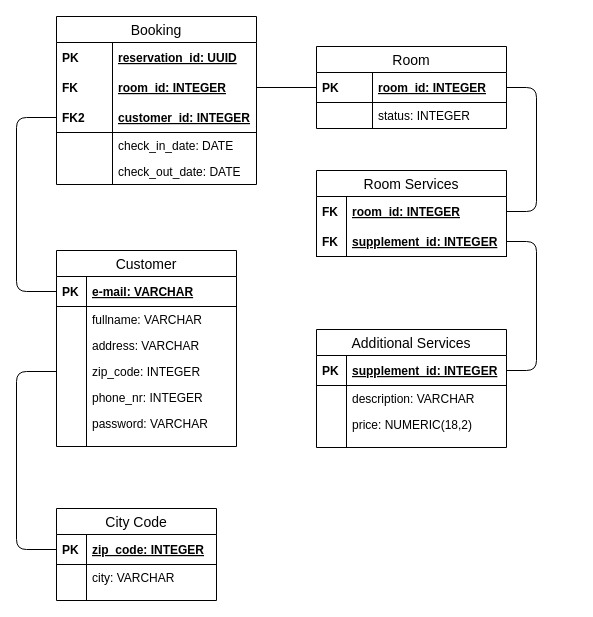
NansyT/CountryLiving keeps this draw.io diagram as Dokumentation/RDS.drawio. Above is the earlier version. Source tidied: cells renumbered, new cells numbered last; positions are measured from the earlier drawing's top-left corner, leaving out a move shared by most shapes. Both pictures are drawn from the tidied source at 100%, with x=0, y=0 at pixel (16, 16).
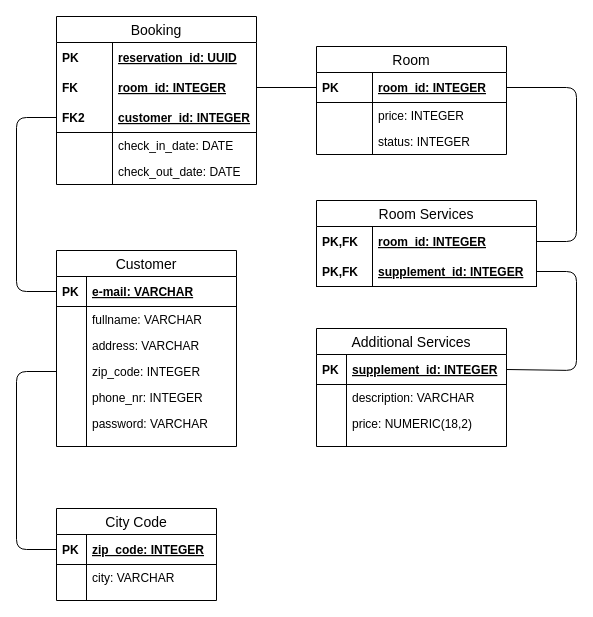
The same page after the edit.

The change refers to these unchanged cells:
```xml
<mxCell id="3" value="room_id: INTEGER" style="shape=partialRectangle;top=0;left=0;right=0;bottom=1;align=left;verticalAlign=middle;fillColor=none;spacingLeft=60;spacingRight=4;overflow=hidden;points=[[0,0.5],[1,0.5]];portConstraint=eastwest;fontStyle=5;fontSize=12;" parent="2" vertex="1">
  <mxGeometry y="26" width="190" height="30" as="geometry" />
</mxCell>
<mxCell id="51" value="supplement_id: INTEGER" style="shape=partialRectangle;top=0;left=0;right=0;bottom=1;align=left;verticalAlign=middle;fillColor=none;spacingLeft=34;spacingRight=4;overflow=hidden;points=[[0,0.5],[1,0.5]];portConstraint=eastwest;fontStyle=5;fontSize=12;" parent="50" vertex="1">
  <mxGeometry y="26" width="190" height="30" as="geometry" />
</mxCell>
```

What changed in the source:
```diff
@@
     <mxCell id="2" value="Room" style="swimlane;fontStyle=0;horizontal=1;startSize=26;align=center;fontSize=14;" parent="1" vertex="1">
-      <mxGeometry x="300" y="30" width="190" height="82" as="geometry" />
+      <mxGeometry x="300" y="30" width="190" height="108" as="geometry" />
     </mxCell>
@@
-    <mxCell id="5" value="status: INTEGER" style="shape=partialRectangle;top=0;left=0;right=0;bottom=0;align=left;verticalAlign=top;fillColor=none;spacingLeft=60;spacingRight=4;overflow=hidden;fontSize=12;" parent="2" vertex="1">
+    <mxCell id="5" value="price: INTEGER" style="shape=partialRectangle;top=0;left=0;right=0;bottom=0;align=left;verticalAlign=top;fillColor=none;spacingLeft=60;spacingRight=4;overflow=hidden;fontSize=12;" parent="2" vertex="1">
       <mxGeometry y="56" width="190" height="26" as="geometry" />
     </mxCell>
@@
+    <mxCell id="59" value="status: INTEGER" style="shape=partialRectangle;top=0;left=0;right=0;bottom=0;align=left;verticalAlign=top;fillColor=none;spacingLeft=60;spacingRight=4;overflow=hidden;fontSize=12;" parent="2" vertex="1">
+      <mxGeometry y="82" width="190" height="26" as="geometry" />
+    </mxCell>
+    <mxCell id="60" style="shape=partialRectangle;top=0;left=0;bottom=0;fillColor=none;align=left;verticalAlign=top;spacingLeft=4;spacingRight=4;overflow=hidden;fontSize=12;" parent="59" vertex="1">
+      <mxGeometry width="56" height="26" as="geometry" />
+    </mxCell>
@@
-    <mxCell id="9" style="endArrow=none;html=1;exitX=1;exitY=0.5;exitDx=0;exitDy=0;entryX=1;entryY=0.5;entryDx=0;entryDy=0;" parent="1" edge="1" source="46" target="3">
-      <mxGeometry relative="1" as="geometry">
-        <Array as="points">
-          <mxPoint x="520" y="195" />
-          <mxPoint x="520" y="71" />
-        </Array>
-      </mxGeometry>
-    </mxCell>
-    <mxCell id="10" style="endArrow=none;html=1;exitX=1;exitY=0.5;exitDx=0;exitDy=0;entryX=1;entryY=0.5;entryDx=0;entryDy=0;" parent="1" edge="1" source="51" target="48">
-      <mxGeometry relative="1" as="geometry">
-        <Array as="points">
-          <mxPoint x="520" y="354" />
-          <mxPoint x="520" y="225" />
-        </Array>
-      </mxGeometry>
-    </mxCell>
@@
+    <mxCell id="9" style="endArrow=none;html=1;exitX=1;exitY=0.5;exitDx=0;exitDy=0;entryX=1;entryY=0.5;entryDx=0;entryDy=0;" parent="1" edge="1" source="46" target="3">
+      <mxGeometry relative="1" as="geometry">
+        <Array as="points">
+          <mxPoint x="560" y="225" />
+          <mxPoint x="560" y="71" />
+        </Array>
+      </mxGeometry>
+    </mxCell>
+    <mxCell id="61" style="endArrow=none;html=1;exitX=1;exitY=0.5;exitDx=0;exitDy=0;entryX=1;entryY=0.5;entryDx=0;entryDy=0;" parent="1" edge="1" source="48" target="51">
+      <mxGeometry relative="1" as="geometry">
+        <Array as="points">
+          <mxPoint x="560" y="255" />
+          <mxPoint x="560" y="354" />
+        </Array>
+      </mxGeometry>
+    </mxCell>
     <mxCell id="45" value="Room Services" style="swimlane;fontStyle=0;horizontal=1;startSize=26;align=center;fontSize=14;" parent="1" vertex="1">
-      <mxGeometry x="300" y="154" width="190" height="86" as="geometry" />
+      <mxGeometry x="300" y="184" width="220" height="86" as="geometry" />
     </mxCell>
-    <mxCell id="46" value="room_id: INTEGER" style="shape=partialRectangle;top=0;left=0;right=0;bottom=1;align=left;verticalAlign=middle;fillColor=none;spacingLeft=34;spacingRight=4;overflow=hidden;points=[[0,0.5],[1,0.5]];portConstraint=eastwest;fontStyle=5;fontSize=12;strokeColor=none;" parent="45" vertex="1">
-      <mxGeometry y="26" width="190" height="30" as="geometry" />
+    <mxCell id="46" value="room_id: INTEGER" style="shape=partialRectangle;top=0;left=0;right=0;bottom=0;align=left;verticalAlign=middle;fillColor=none;spacingLeft=60;spacingRight=4;overflow=hidden;points=[[0,0.5],[1,0.5]];portConstraint=eastwest;fontStyle=5;fontSize=12;" parent="45" vertex="1">
+      <mxGeometry y="26" width="220" height="30" as="geometry" />
     </mxCell>
-    <mxCell id="47" value="FK" style="shape=partialRectangle;top=0;left=0;bottom=0;fillColor=none;align=left;verticalAlign=middle;spacingLeft=4;spacingRight=4;overflow=hidden;fontSize=12;fontStyle=1;" parent="46" vertex="1">
-      <mxGeometry width="30" height="30" as="geometry" />
-    </mxCell>
+    <mxCell id="62" value="PK,FK" style="shape=partialRectangle;fontStyle=1;top=0;left=0;bottom=0;fillColor=none;align=left;verticalAlign=middle;spacingLeft=4;spacingRight=4;overflow=hidden;fontSize=12;" parent="46" vertex="1">
+      <mxGeometry width="56" height="30" as="geometry" />
+    </mxCell>
-    <mxCell id="48" value="supplement_id: INTEGER" style="shape=partialRectangle;top=0;left=0;right=0;bottom=1;align=left;verticalAlign=middle;fillColor=none;spacingLeft=34;spacingRight=4;overflow=hidden;points=[[0,0.5],[1,0.5]];portConstraint=eastwest;fontStyle=5;fontSize=12;" parent="45" vertex="1">
-      <mxGeometry y="56" width="190" height="30" as="geometry" />
+    <mxCell id="48" value="supplement_id: INTEGER" style="shape=partialRectangle;top=0;left=0;right=0;bottom=1;align=left;verticalAlign=middle;fillColor=none;spacingLeft=60;spacingRight=4;overflow=hidden;points=[[0,0.5],[1,0.5]];portConstraint=eastwest;fontStyle=5;fontSize=12;" parent="45" vertex="1">
+      <mxGeometry y="56" width="220" height="30" as="geometry" />
     </mxCell>
-    <mxCell id="49" value="FK" style="shape=partialRectangle;top=0;left=0;bottom=0;fillColor=none;align=left;verticalAlign=middle;spacingLeft=4;spacingRight=4;overflow=hidden;fontSize=12;fontStyle=1;" parent="48" vertex="1">
-      <mxGeometry width="30" height="30" as="geometry" />
-    </mxCell>
+    <mxCell id="63" value="PK,FK" style="shape=partialRectangle;fontStyle=1;top=0;left=0;bottom=0;fillColor=none;align=left;verticalAlign=middle;spacingLeft=4;spacingRight=4;overflow=hidden;fontSize=12;" parent="48" vertex="1">
+      <mxGeometry width="56" height="30" as="geometry" />
+    </mxCell>
     <mxCell id="50" value="Additional Services" style="swimlane;fontStyle=0;horizontal=1;startSize=26;align=center;fontSize=14;" parent="1" vertex="1">
-      <mxGeometry x="300" y="313" width="190" height="118" as="geometry" />
+      <mxGeometry x="300" y="312" width="190" height="118" as="geometry" />
     </mxCell>
```
